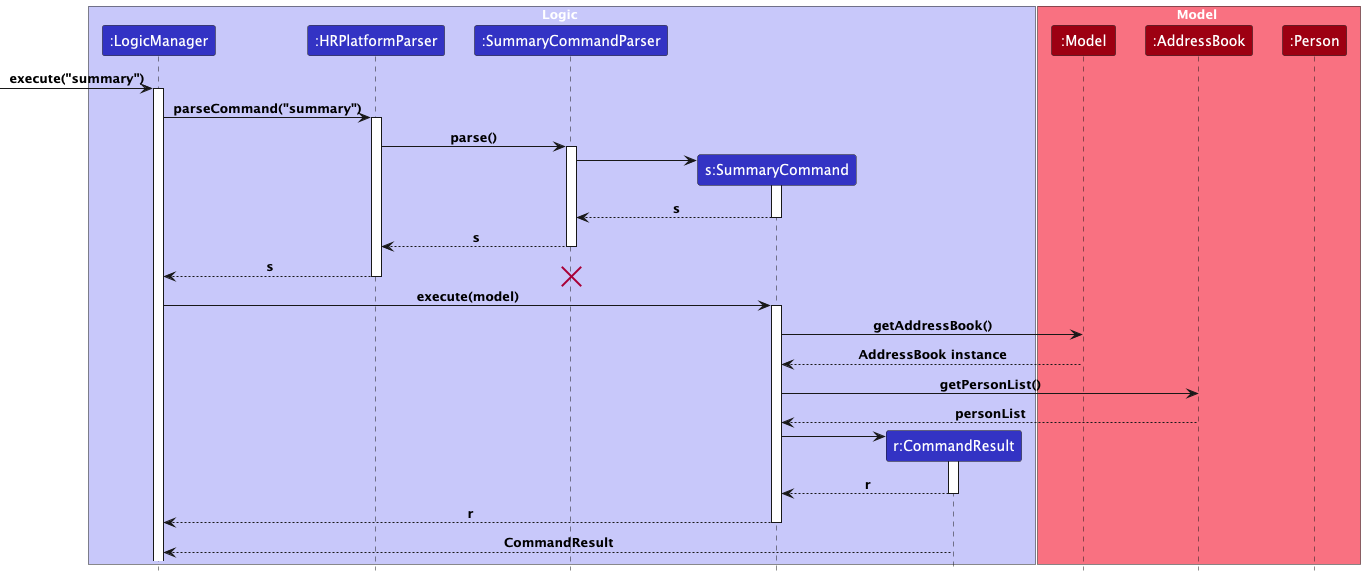
nus-cs2103-AY2425S1/tp keeps this PlantUML diagram as docs/images/SummaryCommandSequenceDiagram.png. Above is the earlier version. The source it was exported from:
```plantuml
@startuml
!include style.puml
hide Footbox

box Logic LOGIC_COLOR_T1
participant ":LogicManager" as LM LOGIC_COLOR
participant ":HRPlatformParser" as ABP LOGIC_COLOR
participant ":SummaryCommandParser" as SCP LOGIC_COLOR
participant "s:SummaryCommand" as SC LOGIC_COLOR
participant "r:CommandResult" as CR LOGIC_COLOR
end box

box Model MODEL_COLOR_T1
participant ":Model" as Model MODEL_COLOR
participant ":AddressBook" as AB MODEL_COLOR
participant ":Person" as Person MODEL_COLOR
end box

->LM ++ : execute("summary")
LM -> ABP ++ : parseCommand("summary")
ABP -> SCP : parse()
activate SCP
SCP -> SC **
activate SC
return s
return s
return s
destroy SCP
LM -> SC ++ : execute(model)
SC -> Model : getAddressBook()
Model --> SC : AddressBook instance
SC -> AB : getPersonList()
AB --> SC : personList

SC -> CR **
activate CR
return r
return r
LM <-- CR : CommandResult

@enduml
```
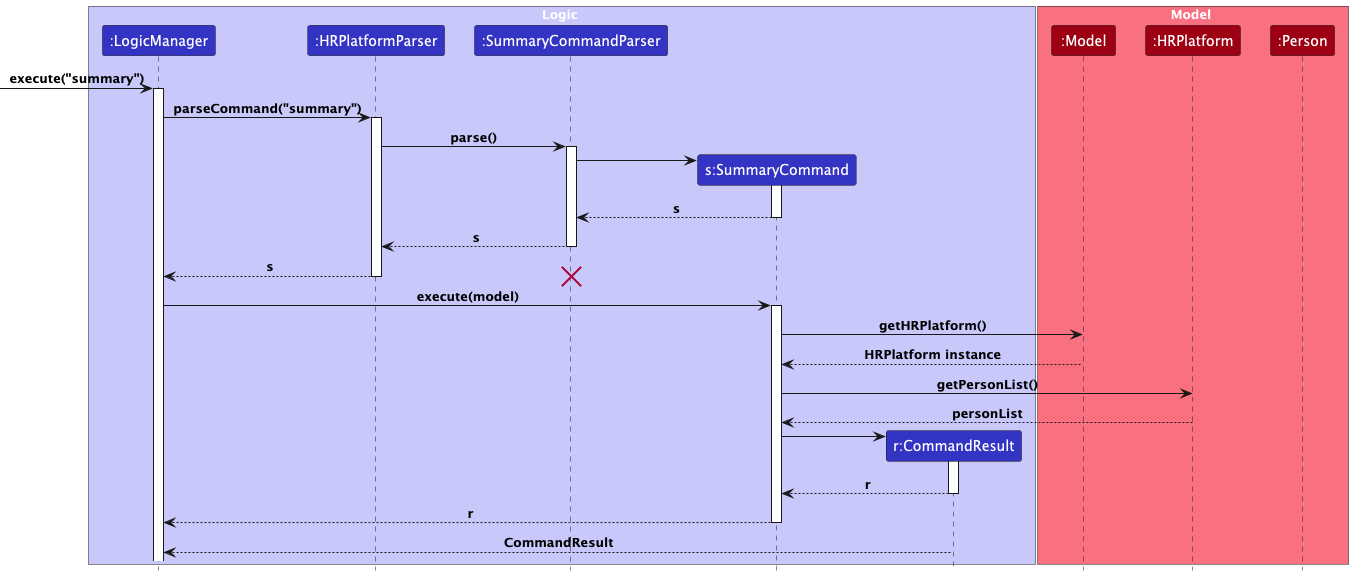
Above is the later version.

What changed in the source:
```diff
@@ -12,7 +12,7 @@
 
 box Model MODEL_COLOR_T1
 participant ":Model" as Model MODEL_COLOR
-participant ":AddressBook" as AB MODEL_COLOR
+participant ":HRPlatform" as AB MODEL_COLOR
 participant ":Person" as Person MODEL_COLOR
 end box
 
@@ -27,8 +27,8 @@
 return s
 destroy SCP
 LM -> SC ++ : execute(model)
-SC -> Model : getAddressBook()
-Model --> SC : AddressBook instance
+SC -> Model : getHRPlatform()
+Model --> SC : HRPlatform instance
 SC -> AB : getPersonList()
 AB --> SC : personList
 
```
